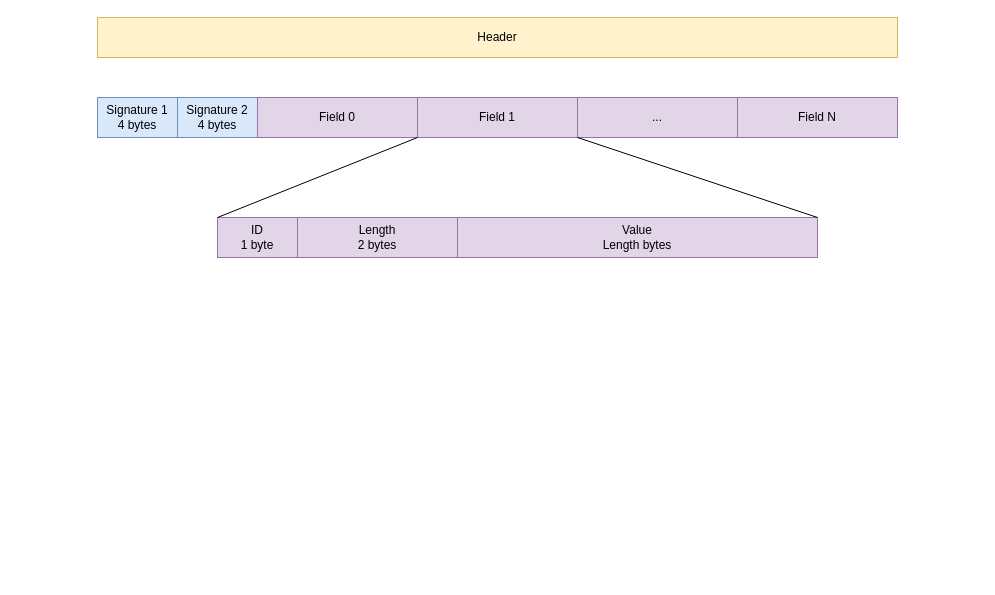
Before: page "header" (2 of 3) of image/keepass.drawio in scubajorgen/KeepassDecrypt, a draw.io diagram. Source tidied: cells renumbered, new cells numbered last; positions are measured from the earlier drawing's top-left corner, leaving out a move shared by most shapes. Both pictures are drawn from the tidied source at 100%, with x=0, y=0 at pixel (97, 17).
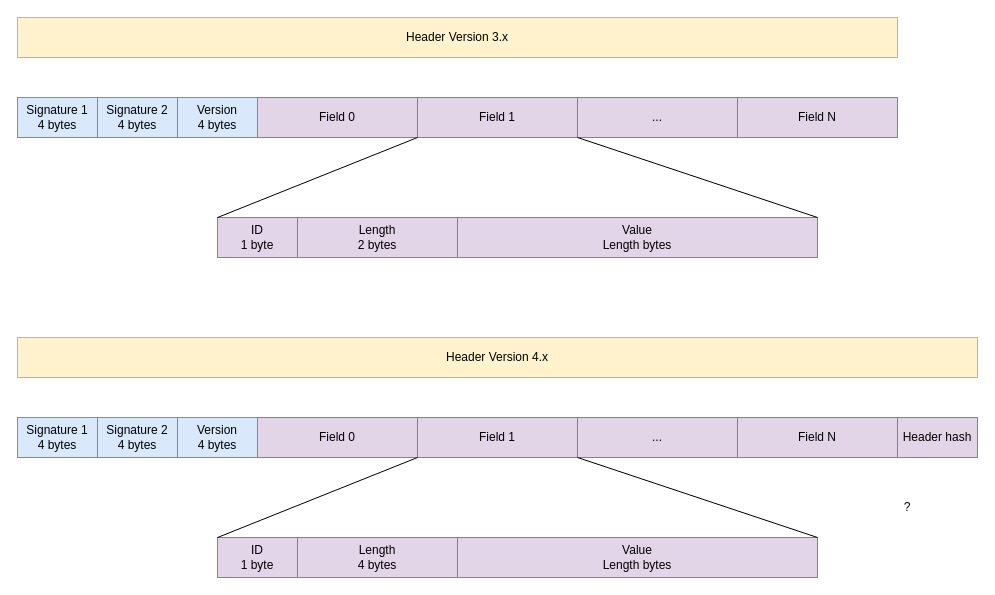
The same diagram, later.

Commit message (it also covers changes not shown here):
Updated the header description

Change to the diagram source:
```diff
@@
-    <mxCell id="2" value="Header" style="rounded=0;whiteSpace=wrap;html=1;fillColor=#fff2cc;strokeColor=#d6b656;" parent="1" vertex="1">
-      <mxGeometry width="800" height="40" as="geometry" />
+    <mxCell id="2" value="Header Version 3.x" style="rounded=0;whiteSpace=wrap;html=1;fillColor=#fff2cc;strokeColor=#d6b656;" parent="1" vertex="1">
+      <mxGeometry x="-80" width="880" height="40" as="geometry" />
     </mxCell>
     <mxCell id="3" value="Signature 1&lt;br&gt;4 bytes" style="rounded=0;whiteSpace=wrap;html=1;fillColor=#dae8fc;strokeColor=#6c8ebf;" parent="1" vertex="1">
-      <mxGeometry y="80" width="80" height="40" as="geometry" />
+      <mxGeometry x="-80" y="80" width="80" height="40" as="geometry" />
     </mxCell>
     <mxCell id="4" value="Signature 2&lt;br&gt;4 bytes" style="rounded=0;whiteSpace=wrap;html=1;fillColor=#dae8fc;strokeColor=#6c8ebf;" parent="1" vertex="1">
-      <mxGeometry x="80" y="80" width="80" height="40" as="geometry" />
+      <mxGeometry y="80" width="80" height="40" as="geometry" />
     </mxCell>
@@
+    <mxCell id="14" value="Version&lt;br&gt;4 bytes" style="rounded=0;whiteSpace=wrap;html=1;fillColor=#dae8fc;strokeColor=#6c8ebf;" parent="1" vertex="1">
+      <mxGeometry x="80" y="80" width="80" height="40" as="geometry" />
+    </mxCell>
+    <mxCell id="15" value="Header Version 4.x" style="rounded=0;whiteSpace=wrap;html=1;fillColor=#fff2cc;strokeColor=#d6b656;" parent="1" vertex="1">
+      <mxGeometry x="-80" y="320" width="960" height="40" as="geometry" />
+    </mxCell>
+    <mxCell id="16" value="Signature 1&lt;br&gt;4 bytes" style="rounded=0;whiteSpace=wrap;html=1;fillColor=#dae8fc;strokeColor=#6c8ebf;" parent="1" vertex="1">
+      <mxGeometry x="-80" y="400" width="80" height="40" as="geometry" />
+    </mxCell>
+    <mxCell id="17" value="Signature 2&lt;br&gt;4 bytes" style="rounded=0;whiteSpace=wrap;html=1;fillColor=#dae8fc;strokeColor=#6c8ebf;" parent="1" vertex="1">
+      <mxGeometry y="400" width="80" height="40" as="geometry" />
+    </mxCell>
+    <mxCell id="18" value="Field 0" style="rounded=0;whiteSpace=wrap;html=1;fillColor=#e1d5e7;strokeColor=#9673a6;" parent="1" vertex="1">
+      <mxGeometry x="160" y="400" width="160" height="40" as="geometry" />
+    </mxCell>
+    <mxCell id="19" value="Field 1" style="rounded=0;whiteSpace=wrap;html=1;fillColor=#e1d5e7;strokeColor=#9673a6;" parent="1" vertex="1">
+      <mxGeometry x="320" y="400" width="160" height="40" as="geometry" />
+    </mxCell>
+    <mxCell id="20" value="..." style="rounded=0;whiteSpace=wrap;html=1;fillColor=#e1d5e7;strokeColor=#9673a6;" parent="1" vertex="1">
+      <mxGeometry x="480" y="400" width="160" height="40" as="geometry" />
+    </mxCell>
+    <mxCell id="21" value="Field N" style="rounded=0;whiteSpace=wrap;html=1;fillColor=#e1d5e7;strokeColor=#9673a6;" parent="1" vertex="1">
+      <mxGeometry x="640" y="400" width="160" height="40" as="geometry" />
+    </mxCell>
+    <mxCell id="22" value="ID&lt;br&gt;1 byte" style="rounded=0;whiteSpace=wrap;html=1;fillColor=#e1d5e7;strokeColor=#9673a6;" parent="1" vertex="1">
+      <mxGeometry x="120" y="520" width="80" height="40" as="geometry" />
+    </mxCell>
+    <mxCell id="23" value="Length&lt;br&gt;4 bytes" style="rounded=0;whiteSpace=wrap;html=1;fillColor=#e1d5e7;strokeColor=#9673a6;" parent="1" vertex="1">
+      <mxGeometry x="200" y="520" width="160" height="40" as="geometry" />
+    </mxCell>
+    <mxCell id="24" value="Value&lt;br&gt;Length bytes" style="rounded=0;whiteSpace=wrap;html=1;fillColor=#e1d5e7;strokeColor=#9673a6;" parent="1" vertex="1">
+      <mxGeometry x="360" y="520" width="360" height="40" as="geometry" />
+    </mxCell>
+    <mxCell id="25" style="endArrow=none;html=1;rounded=0;entryX=0;entryY=1;entryDx=0;entryDy=0;exitX=0;exitY=0;exitDx=0;exitDy=0;" parent="1" edge="1" source="22" target="19">
+      <mxGeometry relative="1" as="geometry" />
+    </mxCell>
+    <mxCell id="26" style="endArrow=none;html=1;rounded=0;entryX=0;entryY=1;entryDx=0;entryDy=0;exitX=1;exitY=0;exitDx=0;exitDy=0;" parent="1" edge="1" source="24" target="20">
+      <mxGeometry relative="1" as="geometry" />
+    </mxCell>
+    <mxCell id="27" value="Version&lt;br&gt;4 bytes" style="rounded=0;whiteSpace=wrap;html=1;fillColor=#dae8fc;strokeColor=#6c8ebf;" parent="1" vertex="1">
+      <mxGeometry x="80" y="400" width="80" height="40" as="geometry" />
+    </mxCell>
+    <mxCell id="28" value="Header hash" style="rounded=0;whiteSpace=wrap;html=1;fillColor=#e1d5e7;strokeColor=#9673a6;" parent="1" vertex="1">
+      <mxGeometry x="800" y="400" width="80" height="40" as="geometry" />
+    </mxCell>
+    <mxCell id="29" value="?" style="text;html=1;strokeColor=none;fillColor=none;align=center;verticalAlign=middle;whiteSpace=wrap;rounded=0;" parent="1" vertex="1">
+      <mxGeometry x="780" y="475" width="60" height="30" as="geometry" />
+    </mxCell>
```
